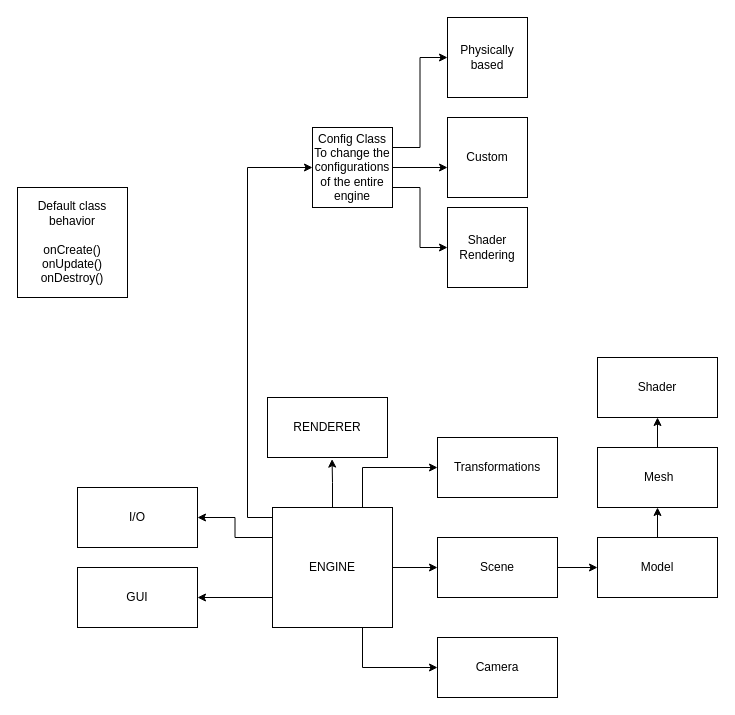
Above: Architecture.drawio in FelipeAndrioli/Cross-Platform-Rendering-Engine (draw.io), before the change. Source tidied: cells renumbered, new cells numbered last; positions are measured from the earlier drawing's top-left corner, leaving out a move shared by most shapes. Both pictures are drawn from the tidied source at 100%, with x=0, y=0 at pixel (17, 17).
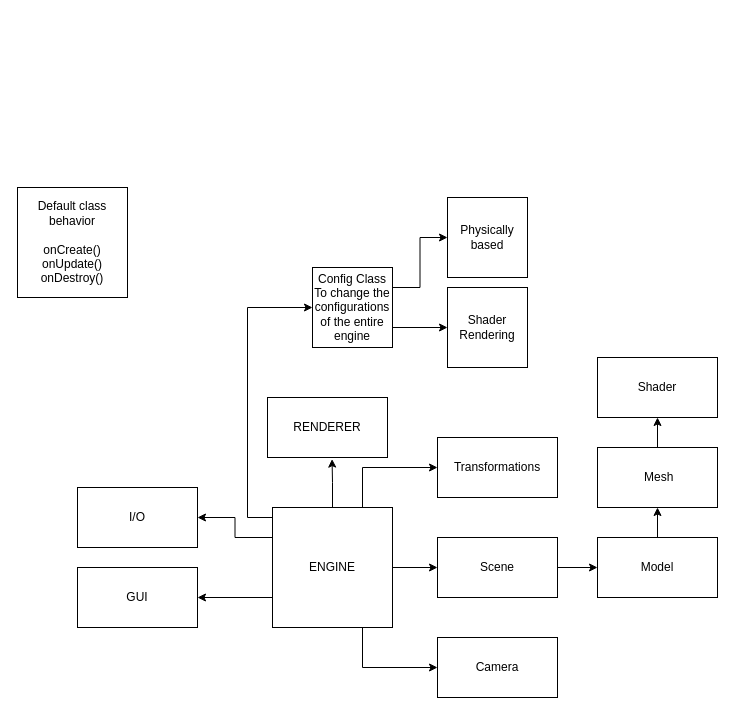
Above is the later version.

The change refers to these unchanged cells:
```xml
<mxCell id="9" value="ENGINE" style="whiteSpace=wrap;html=1;" parent="1" vertex="1">
  <mxGeometry x="255" y="490" width="120" height="120" as="geometry" />
</mxCell>
```

The edit, as a diff of the source:
```diff
@@
     <mxCell id="8" style="edgeStyle=orthogonalEdgeStyle;rounded=0;jettySize=auto;html=1;exitX=0.25;exitY=0;exitDx=0;exitDy=0;entryX=0;entryY=0.5;entryDx=0;entryDy=0;" parent="1" edge="1" source="9" target="26">
       <mxGeometry relative="1" as="geometry">
         <Array as="points">
           <mxPoint x="285" y="500" />
           <mxPoint x="230" y="500" />
-          <mxPoint x="230" y="150" />
+          <mxPoint x="230" y="290" />
         </Array>
       </mxGeometry>
     </mxCell>
@@
-    <mxCell id="25" style="edgeStyle=orthogonalEdgeStyle;rounded=0;jettySize=auto;html=1;exitX=1;exitY=0.5;exitDx=0;exitDy=0;entryX=0;entryY=0.625;entryDx=0;entryDy=0;entryPerimeter=0;" parent="1" edge="1" source="26" target="28">
-      <mxGeometry relative="1" as="geometry" />
-    </mxCell>
     <mxCell id="26" value="Config Class To change the configurations of the entire engine" style="whiteSpace=wrap;html=1;" parent="1" vertex="1">
-      <mxGeometry x="295" y="110" width="80" height="80" as="geometry" />
+      <mxGeometry x="295" y="250" width="80" height="80" as="geometry" />
     </mxCell>
     <mxCell id="27" value="Shader Rendering" style="whiteSpace=wrap;html=1;" parent="1" vertex="1">
-      <mxGeometry x="430" y="190" width="80" height="80" as="geometry" />
+      <mxGeometry x="430" y="270" width="80" height="80" as="geometry" />
     </mxCell>
-    <mxCell id="28" value="Custom" style="whiteSpace=wrap;html=1;" parent="1" vertex="1">
-      <mxGeometry x="430" y="100" width="80" height="80" as="geometry" />
-    </mxCell>
     <mxCell id="29" value="Physically based" style="whiteSpace=wrap;html=1;" parent="1" vertex="1">
-      <mxGeometry x="430" width="80" height="80" as="geometry" />
+      <mxGeometry x="430" y="180" width="80" height="80" as="geometry" />
     </mxCell>
```
